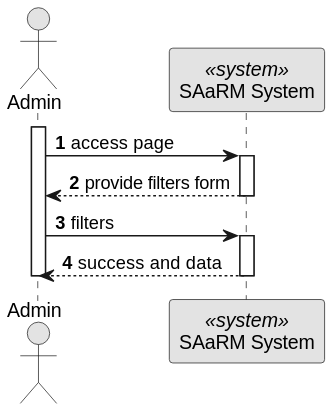
This is docs/BackofficeModule/5.1.23/sequence-diagram-1.svg from Ana-Miguel-Silva/SurgicalAppointmentAndResourceManagement, a PlantUML export, as it was before one commit.
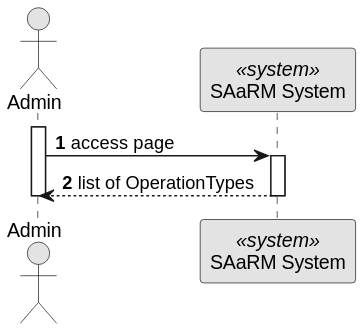
Later version of the same file.

What changed in the source:
```diff
@@ -11,12 +11,8 @@
 activate AD
 AD -> SYS: access page
 activate SYS
-SYS --> AD: provide filters form
-deactivate SYS
-AD -> SYS : filters
-activate SYS
+SYS --> AD: list of OperationTypes
 
-SYS --> AD : success and data
 
 deactivate SYS
 
```
